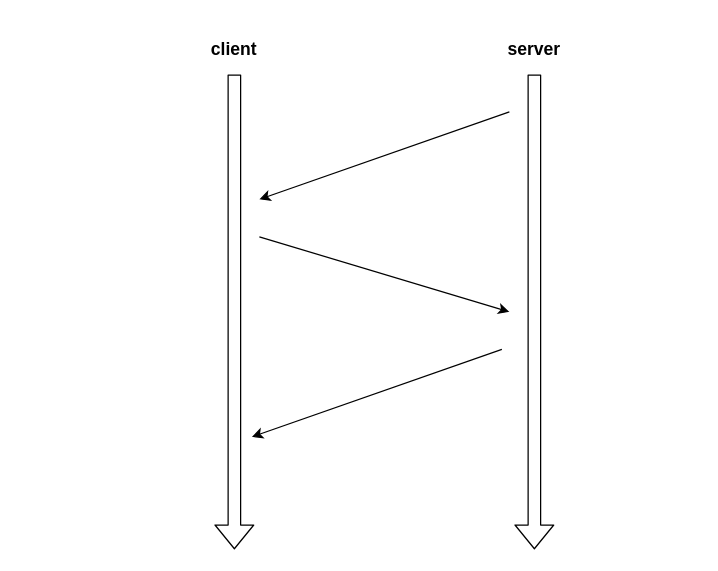
The draw.io diagram Untitled Diagram.drawio in pearhield/test, before the edit. Source tidied: cells renumbered, new cells numbered last; positions are measured from the earlier drawing's top-left corner, leaving out a move shared by most shapes. Both pictures are drawn from the tidied source at 125%, with x=0, y=0 at pixel (209, 36).
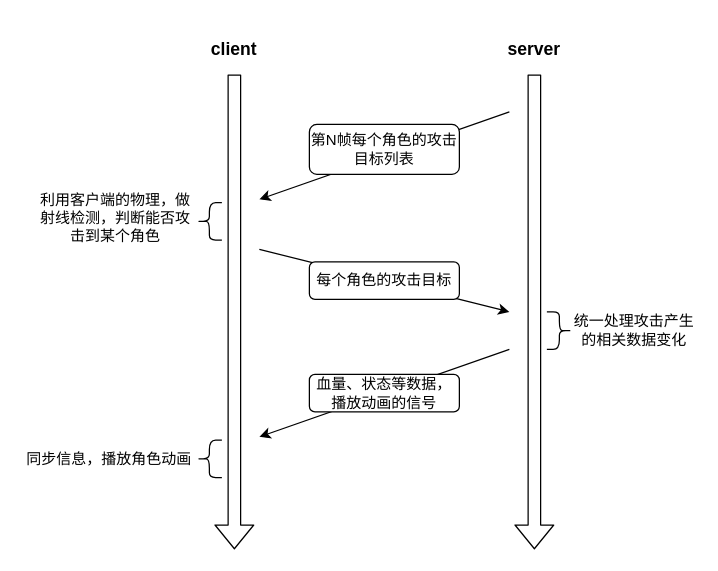
The same page after the edit.

The edit, as a diff of the source:
```diff
@@
     <mxCell id="7" style="endArrow=classic;html=1;" parent="1" edge="1">
       <mxGeometry relative="1" as="geometry">
-        <mxPoint x="234" y="250" as="sourcePoint" />
-        <mxPoint x="34" y="320" as="targetPoint" />
+        <mxPoint x="240" y="250" as="sourcePoint" />
+        <mxPoint x="40" y="320" as="targetPoint" />
       </mxGeometry>
     </mxCell>
     <mxCell id="8" style="endArrow=classic;html=1;" parent="1" edge="1">
       <mxGeometry relative="1" as="geometry">
-        <mxPoint x="40" y="160" as="sourcePoint" />
+        <mxPoint x="40" y="170" as="sourcePoint" />
         <mxPoint x="240" y="220" as="targetPoint" />
       </mxGeometry>
     </mxCell>
+    <mxCell id="9" value="第N帧每个角色的攻击目标列表" style="rounded=1;whiteSpace=wrap;html=1;" parent="1" vertex="1">
+      <mxGeometry x="80" y="70" width="120" height="40" as="geometry" />
+    </mxCell>
+    <mxCell id="10" value="每个角色的攻击目标" style="rounded=1;whiteSpace=wrap;html=1;" parent="1" vertex="1">
+      <mxGeometry x="80" y="180" width="120" height="30" as="geometry" />
+    </mxCell>
+    <mxCell id="11" value="血量、状态等数据，播放动画的信号" style="rounded=1;whiteSpace=wrap;html=1;" parent="1" vertex="1">
+      <mxGeometry x="80" y="270" width="120" height="30" as="geometry" />
+    </mxCell>
+    <mxCell id="12" style="shape=curlyBracket;whiteSpace=wrap;html=1;rounded=1;" parent="1" vertex="1">
+      <mxGeometry x="-10" y="132.5" width="20" height="30" as="geometry" />
+    </mxCell>
+    <mxCell id="13" value="利用客户端的物理，做射线检测，判断能否攻击到某个角色&lt;br&gt;" style="text;html=1;strokeColor=none;fillColor=none;align=center;verticalAlign=middle;whiteSpace=wrap;rounded=0;" parent="1" vertex="1">
+      <mxGeometry x="-140" y="127.5" width="130" height="35" as="geometry" />
+    </mxCell>
+    <mxCell id="14" style="shape=curlyBracket;whiteSpace=wrap;html=1;rounded=1;direction=west;" parent="1" vertex="1">
+      <mxGeometry x="270" y="220" width="20" height="30" as="geometry" />
+    </mxCell>
+    <mxCell id="15" value="统一处理攻击产生的相关数据变化" style="text;html=1;strokeColor=none;fillColor=none;align=center;verticalAlign=middle;whiteSpace=wrap;rounded=0;" parent="1" vertex="1">
+      <mxGeometry x="290" y="217.5" width="100" height="35" as="geometry" />
+    </mxCell>
+    <mxCell id="16" value="同步信息，播放角色动画" style="text;html=1;strokeColor=none;fillColor=none;align=center;verticalAlign=middle;whiteSpace=wrap;rounded=0;" parent="1" vertex="1">
+      <mxGeometry x="-150" y="320" width="140" height="35" as="geometry" />
+    </mxCell>
+    <mxCell id="17" style="shape=curlyBracket;whiteSpace=wrap;html=1;rounded=1;" parent="1" vertex="1">
+      <mxGeometry x="-10" y="322.5" width="20" height="30" as="geometry" />
+    </mxCell>
```
